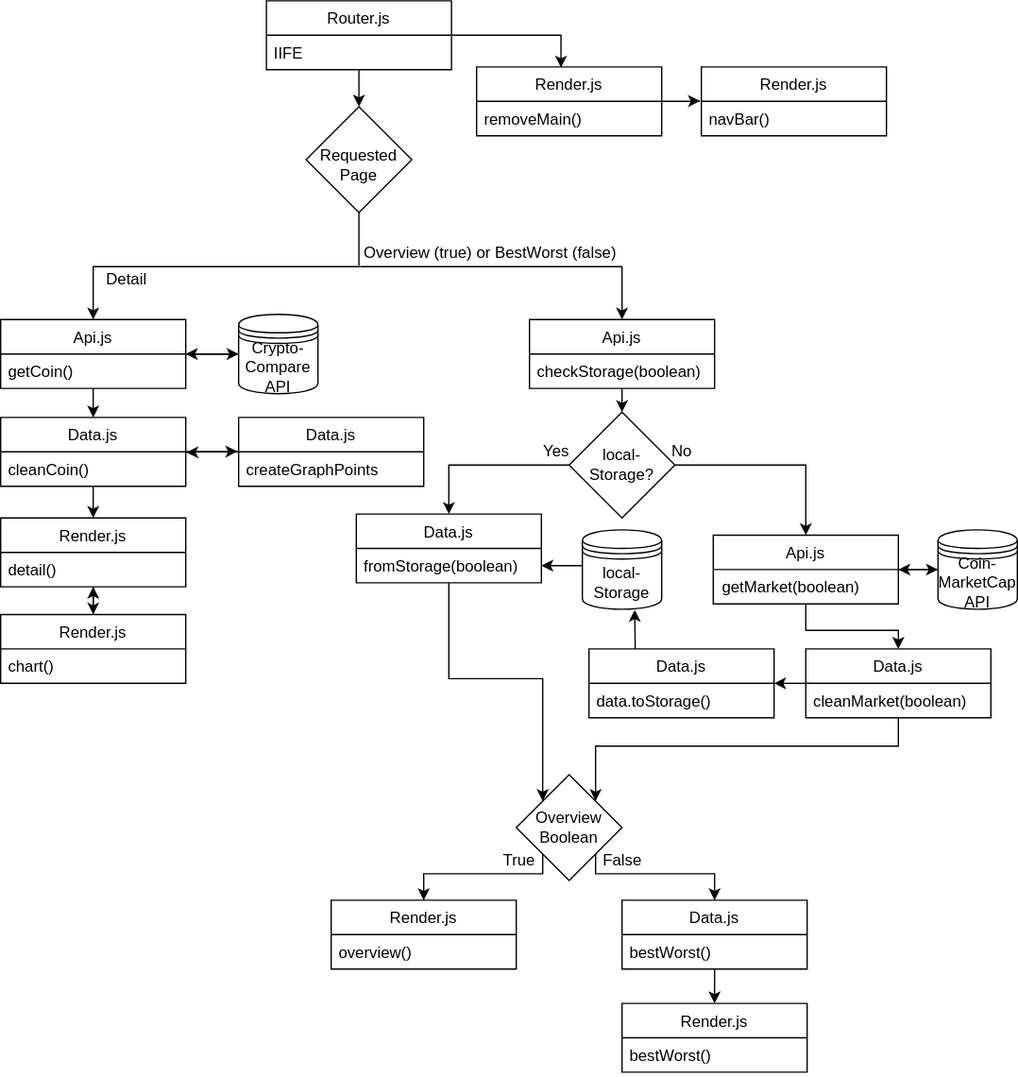
Earlier version of the draw.io export public/img/Interaction.svg (DanielvandeVelde/web-app-from-scratch-1920). Source tidied: cells renumbered, new cells last; positions are measured from the earlier drawing's top-left corner, leaving out a move shared by most shapes.
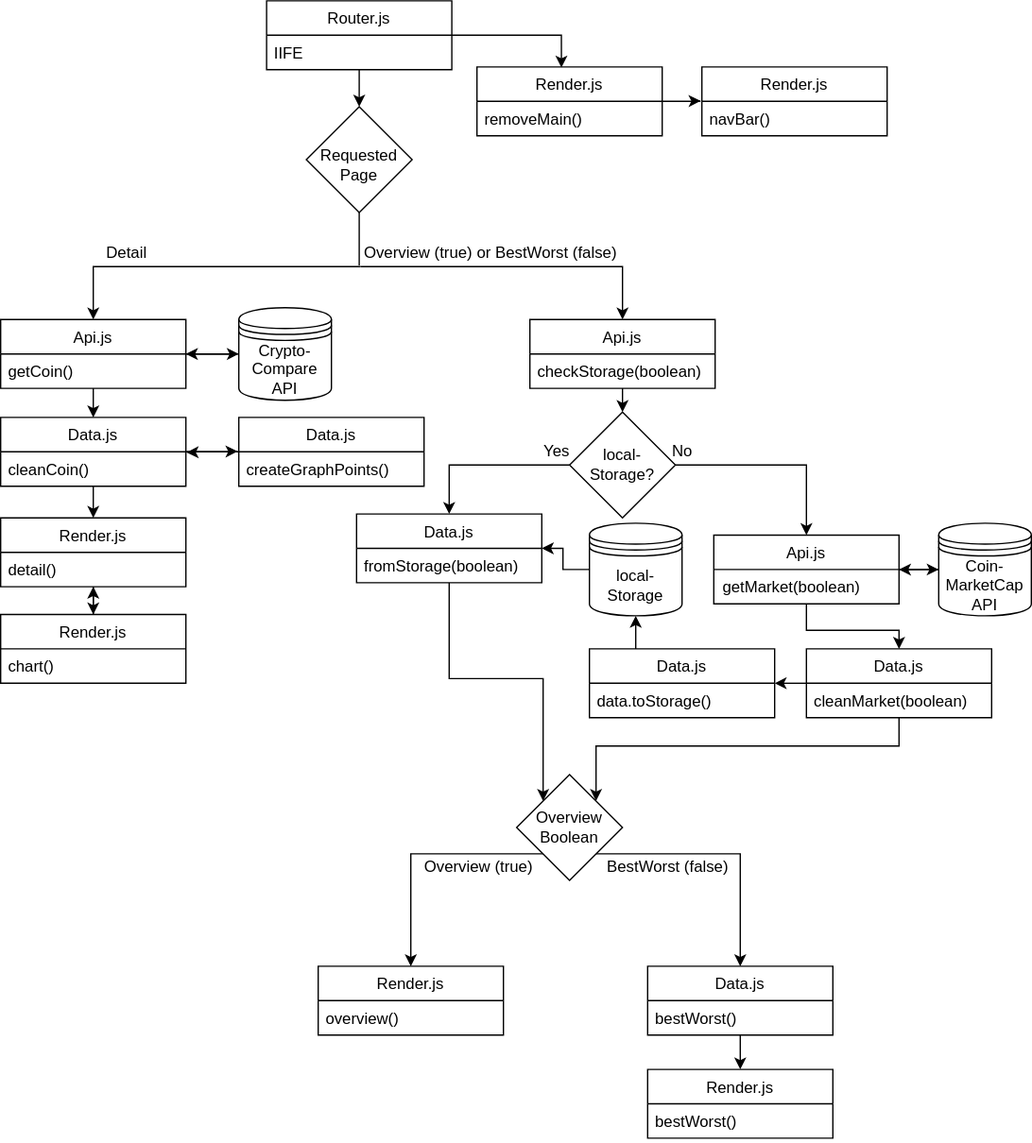
The same file after the commit.

Commit message:
spelling_mistake

The edit, as a diff of the source:
```diff
@@ -44,8 +44,10 @@
     <mxCell id="13" value="checkStorage(boolean)" style="text;strokeColor=none;fillColor=none;align=left;verticalAlign=top;spacingLeft=4;spacingRight=4;overflow=hidden;" parent="12" vertex="1">
       <mxGeometry y="26" width="140" height="26" as="geometry" />
     </mxCell>
-    <mxCell id="14" style="edgeStyle=orthogonalEdgeStyle;rounded=0;jettySize=auto;html=1;exitX=1;exitY=0.5;exitDx=0;exitDy=0;entryX=0;entryY=0.5;entryDx=0;entryDy=0;" parent="1" edge="1" source="16" target="31">
-      <mxGeometry relative="1" as="geometry" />
+    <mxCell id="14" style="edgeStyle=orthogonalEdgeStyle;rounded=0;jettySize=auto;html=1;exitX=1;exitY=0.5;exitDx=0;exitDy=0;entryX=0;entryY=0.5;entryDx=0;entryDy=0;" parent="1" edge="1" source="16">
+      <mxGeometry relative="1" as="geometry">
+        <mxPoint x="180" y="267" as="targetPoint" />
+      </mxGeometry>
     </mxCell>
     <mxCell id="15" style="edgeStyle=orthogonalEdgeStyle;rounded=0;jettySize=auto;html=1;exitX=0.5;exitY=1;exitDx=0;exitDy=0;entryX=0.5;entryY=0;entryDx=0;entryDy=0;" parent="1" edge="1" source="16" target="43">
       <mxGeometry relative="1" as="geometry" />
@@ -62,12 +64,12 @@
     <mxCell id="19" value="local-&lt;br&gt;Storage?" style="rhombus;whiteSpace=wrap;html=1;" parent="1" vertex="1">
       <mxGeometry x="430" y="311" width="80" height="80" as="geometry" />
     </mxCell>
+    <mxCell id="21" style="edgeStyle=orthogonalEdgeStyle;rounded=0;jettySize=auto;html=1;exitX=0.5;exitY=1;exitDx=0;exitDy=0;entryX=0.5;entryY=0;entryDx=0;entryDy=0;" parent="1" edge="1" source="22" target="40">
+      <mxGeometry relative="1" as="geometry" />
+    </mxCell>
     <mxCell id="20" style="edgeStyle=orthogonalEdgeStyle;rounded=0;jettySize=auto;html=1;exitX=1;exitY=0.5;exitDx=0;exitDy=0;entryX=0;entryY=0.5;entryDx=0;entryDy=0;" parent="1" edge="1" source="22" target="34">
       <mxGeometry relative="1" as="geometry" />
     </mxCell>
-    <mxCell id="21" style="edgeStyle=orthogonalEdgeStyle;rounded=0;jettySize=auto;html=1;exitX=0.5;exitY=1;exitDx=0;exitDy=0;entryX=0.5;entryY=0;entryDx=0;entryDy=0;" parent="1" edge="1" source="22" target="40">
-      <mxGeometry relative="1" as="geometry" />
-    </mxCell>
     <mxCell id="22" value="Api.js" style="swimlane;fontStyle=0;horizontal=1;startSize=26;fillColor=none;" parent="1" vertex="1">
       <mxGeometry x="539" y="404" width="140" height="52" as="geometry" />
     </mxCell>
@@ -75,47 +77,35 @@
       <mxGeometry x="201" y="26" width="140" height="26" as="geometry" />
     </mxCell>
     <mxCell id="24" value="Detail" style="text;html=1;align=center;verticalAlign=middle;" parent="1" vertex="1">
-      <mxGeometry x="70" y="201" width="50" height="20" as="geometry" />
+      <mxGeometry x="70" y="181" width="50" height="20" as="geometry" />
     </mxCell>
     <mxCell id="25" value="Overview (true) or BestWorst (false)" style="text;html=1;align=center;verticalAlign=middle;" parent="1" vertex="1">
       <mxGeometry x="265" y="181" width="210" height="20" as="geometry" />
     </mxCell>
-    <mxCell id="26" style="edgeStyle=orthogonalEdgeStyle;rounded=0;jettySize=auto;html=1;exitX=0;exitY=0.3;exitDx=0;exitDy=0;entryX=1;entryY=0.5;entryDx=0;entryDy=0;" parent="1" edge="1" source="27" target="52">
-      <mxGeometry relative="1" as="geometry">
-        <Array as="points">
-          <mxPoint x="440" y="427" />
-        </Array>
-      </mxGeometry>
-    </mxCell>
-    <mxCell id="27" value="local-&lt;br&gt;Storage" style="shape=datastore;whiteSpace=wrap;html=1;" parent="1" vertex="1">
-      <mxGeometry x="440" y="400" width="60" height="60" as="geometry" />
-    </mxCell>
     <mxCell id="28" value="Yes" style="text;html=1;align=center;verticalAlign=middle;" parent="1" vertex="1">
       <mxGeometry x="400" y="331" width="40" height="20" as="geometry" />
     </mxCell>
     <mxCell id="29" value="No" style="text;html=1;align=center;verticalAlign=middle;" parent="1" vertex="1">
       <mxGeometry x="500" y="331" width="30" height="20" as="geometry" />
     </mxCell>
-    <mxCell id="30" style="edgeStyle=orthogonalEdgeStyle;rounded=0;jettySize=auto;html=1;exitX=0;exitY=0.5;exitDx=0;exitDy=0;" parent="1" edge="1" source="31">
+    <mxCell id="30" style="edgeStyle=orthogonalEdgeStyle;rounded=0;orthogonalLoop=1;jettySize=auto;html=1;exitX=0;exitY=0.5;exitDx=0;exitDy=0;" parent="1" edge="1">
       <mxGeometry relative="1" as="geometry">
+        <mxPoint x="180" y="267" as="sourcePoint" />
         <mxPoint x="140" y="267" as="targetPoint" />
       </mxGeometry>
     </mxCell>
-    <mxCell id="31" value="Crypto-&lt;br&gt;Compare&lt;br&gt;API" style="shape=datastore;whiteSpace=wrap;html=1;" parent="1" vertex="1">
-      <mxGeometry x="180" y="237" width="60" height="60" as="geometry" />
-    </mxCell>
     <mxCell id="32" style="endArrow=none;html=1;exitX=0.5;exitY=1;exitDx=0;exitDy=0;" parent="1" edge="1" source="7">
       <mxGeometry relative="1" as="geometry">
         <mxPoint x="271" y="200" as="targetPoint" />
       </mxGeometry>
     </mxCell>
-    <mxCell id="33" style="edgeStyle=orthogonalEdgeStyle;rounded=0;jettySize=auto;html=1;exitX=0;exitY=0.5;exitDx=0;exitDy=0;" parent="1" edge="1" source="34">
-      <mxGeometry relative="1" as="geometry">
-        <mxPoint x="679" y="430" as="targetPoint" />
-      </mxGeometry>
-    </mxCell>
+    <mxCell id="74" style="edgeStyle=orthogonalEdgeStyle;rounded=0;jettySize=auto;html=1;exitX=0;exitY=0.5;exitDx=0;exitDy=0;" parent="1" edge="1" source="34">
+      <mxGeometry relative="1" as="geometry">
+        <mxPoint x="679" y="430" as="targetPoint" />
+      </mxGeometry>
+    </mxCell>
     <mxCell id="34" value="Coin-&lt;br&gt;MarketCap&lt;br&gt;API" style="shape=datastore;whiteSpace=wrap;html=1;" parent="1" vertex="1">
-      <mxGeometry x="709" y="400" width="60" height="60" as="geometry" />
+      <mxGeometry x="709" y="395" width="70" height="70" as="geometry" />
     </mxCell>
     <mxCell id="35" value="getMarket(boolean)" style="text;strokeColor=none;fillColor=none;align=left;verticalAlign=top;spacingLeft=4;spacingRight=4;overflow=hidden;" parent="1" vertex="1">
       <mxGeometry x="540" y="430" width="140" height="26" as="geometry" />
@@ -147,7 +137,7 @@
     <mxCell id="44" value="getCoin()" style="text;strokeColor=none;fillColor=none;align=left;verticalAlign=top;spacingLeft=4;spacingRight=4;overflow=hidden;" parent="1" vertex="1">
       <mxGeometry y="267" width="140" height="26" as="geometry" />
     </mxCell>
-    <mxCell id="45" style="edgeStyle=orthogonalEdgeStyle;rounded=0;jettySize=auto;html=1;exitX=0.25;exitY=0;exitDx=0;exitDy=0;entryX=0.659;entryY=1.008;entryDx=0;entryDy=0;entryPerimeter=0;" parent="1" edge="1" source="46" target="27">
+    <mxCell id="45" style="edgeStyle=orthogonalEdgeStyle;rounded=0;jettySize=auto;html=1;exitX=0.25;exitY=0;exitDx=0;exitDy=0;" parent="1" edge="1" source="46" target="27">
       <mxGeometry relative="1" as="geometry" />
     </mxCell>
     <mxCell id="46" value="Data.js" style="swimlane;fontStyle=0;horizontal=1;startSize=26;fillColor=none;" parent="1" vertex="1">
@@ -156,22 +146,12 @@
     <mxCell id="47" value="data.toStorage()" style="text;strokeColor=none;fillColor=none;align=left;verticalAlign=top;spacingLeft=4;spacingRight=4;overflow=hidden;" parent="46" vertex="1">
       <mxGeometry y="26" width="140" height="26" as="geometry" />
     </mxCell>
+    <mxCell id="49" style="edgeStyle=orthogonalEdgeStyle;rounded=0;jettySize=auto;html=1;exitX=0;exitY=1;exitDx=0;exitDy=0;entryX=0.5;entryY=0;entryDx=0;entryDy=0;" parent="1" edge="1" source="50" target="56">
+      <mxGeometry relative="1" as="geometry" />
+    </mxCell>
     <mxCell id="48" style="edgeStyle=orthogonalEdgeStyle;rounded=0;jettySize=auto;html=1;exitX=1;exitY=1;exitDx=0;exitDy=0;entryX=0.5;entryY=0;entryDx=0;entryDy=0;" parent="1" edge="1" source="50" target="54">
-      <mxGeometry relative="1" as="geometry">
-        <Array as="points">
-          <mxPoint x="450" y="660" />
-          <mxPoint x="540" y="660" />
-        </Array>
-      </mxGeometry>
+      <mxGeometry relative="1" as="geometry" />
     </mxCell>
-    <mxCell id="49" style="edgeStyle=orthogonalEdgeStyle;rounded=0;jettySize=auto;html=1;exitX=0;exitY=1;exitDx=0;exitDy=0;entryX=0.5;entryY=0;entryDx=0;entryDy=0;" parent="1" edge="1" source="50" target="56">
-      <mxGeometry relative="1" as="geometry">
-        <Array as="points">
-          <mxPoint x="410" y="660" />
-          <mxPoint x="320" y="660" />
-        </Array>
-      </mxGeometry>
-    </mxCell>
     <mxCell id="50" value="Overview&lt;br&gt;Boolean" style="rhombus;whiteSpace=wrap;html=1;" parent="1" vertex="1">
       <mxGeometry x="390" y="585" width="80" height="80" as="geometry" />
     </mxCell>
@@ -185,28 +165,28 @@
       <mxGeometry relative="1" as="geometry" />
     </mxCell>
     <mxCell id="54" value="Data.js" style="swimlane;fontStyle=0;horizontal=1;startSize=26;fillColor=none;" parent="1" vertex="1">
-      <mxGeometry x="470" y="680" width="140" height="52" as="geometry" />
+      <mxGeometry x="489" y="730" width="140" height="52" as="geometry" />
     </mxCell>
     <mxCell id="55" value="bestWorst()" style="text;strokeColor=none;fillColor=none;align=left;verticalAlign=top;spacingLeft=4;spacingRight=4;overflow=hidden;" parent="54" vertex="1">
       <mxGeometry y="26" width="140" height="26" as="geometry" />
     </mxCell>
     <mxCell id="56" value="Render.js" style="swimlane;fontStyle=0;horizontal=1;startSize=26;fillColor=none;" parent="1" vertex="1">
-      <mxGeometry x="250" y="680" width="140" height="52" as="geometry" />
+      <mxGeometry x="240" y="730" width="140" height="52" as="geometry" />
     </mxCell>
     <mxCell id="57" value="overview()" style="text;strokeColor=none;fillColor=none;align=left;verticalAlign=top;spacingLeft=4;spacingRight=4;overflow=hidden;" parent="56" vertex="1">
       <mxGeometry y="26" width="140" height="26" as="geometry" />
     </mxCell>
     <mxCell id="58" value="Render.js" style="swimlane;fontStyle=0;horizontal=1;startSize=26;fillColor=none;" parent="1" vertex="1">
-      <mxGeometry x="470" y="758" width="140" height="52" as="geometry" />
+      <mxGeometry x="489" y="808" width="140" height="52" as="geometry" />
     </mxCell>
     <mxCell id="59" value="bestWorst()" style="text;strokeColor=none;fillColor=none;align=left;verticalAlign=top;spacingLeft=4;spacingRight=4;overflow=hidden;" parent="58" vertex="1">
       <mxGeometry y="26" width="140" height="26" as="geometry" />
     </mxCell>
-    <mxCell id="60" value="True" style="text;html=1;align=center;verticalAlign=middle;" parent="1" vertex="1">
-      <mxGeometry x="372" y="640" width="40" height="20" as="geometry" />
+    <mxCell id="60" value="Overview (true)" style="text;html=1;align=center;verticalAlign=middle;" parent="1" vertex="1">
+      <mxGeometry x="311" y="645" width="100" height="20" as="geometry" />
     </mxCell>
-    <mxCell id="61" value="False" style="text;html=1;align=center;verticalAlign=middle;" parent="1" vertex="1">
-      <mxGeometry x="450" y="640" width="40" height="20" as="geometry" />
+    <mxCell id="61" value="BestWorst (false)" style="text;html=1;align=center;verticalAlign=middle;" parent="1" vertex="1">
+      <mxGeometry x="449" y="645" width="110" height="20" as="geometry" />
     </mxCell>
     <mxCell id="62" style="edgeStyle=orthogonalEdgeStyle;rounded=0;jettySize=auto;html=1;exitX=0;exitY=0.5;exitDx=0;exitDy=0;entryX=1.004;entryY=0.019;entryDx=0;entryDy=0;entryPerimeter=0;" parent="1" edge="1" source="63" target="67">
       <mxGeometry relative="1" as="geometry" />
@@ -214,7 +194,7 @@
     <mxCell id="63" value="Data.js" style="swimlane;fontStyle=0;horizontal=1;startSize=26;fillColor=none;" parent="1" vertex="1">
       <mxGeometry x="180" y="315" width="140" height="52" as="geometry" />
     </mxCell>
-    <mxCell id="64" value="createGraphPoints" style="text;strokeColor=none;fillColor=none;align=left;verticalAlign=top;spacingLeft=4;spacingRight=4;overflow=hidden;points=[[0,0.5],[1,0.5]];portConstraint=eastwest;" parent="63" vertex="1">
+    <mxCell id="64" value="createGraphPoints()" style="text;strokeColor=none;fillColor=none;align=left;verticalAlign=top;spacingLeft=4;spacingRight=4;overflow=hidden;points=[[0,0.5],[1,0.5]];portConstraint=eastwest;" parent="63" vertex="1">
       <mxGeometry y="26" width="140" height="26" as="geometry" />
     </mxCell>
     <mxCell id="65" style="edgeStyle=orthogonalEdgeStyle;rounded=0;jettySize=auto;html=1;exitX=0.5;exitY=1;exitDx=0;exitDy=0;entryX=0.5;entryY=0;entryDx=0;entryDy=0;" parent="1" edge="1" source="66" target="71">
@@ -244,5 +224,14 @@
     <mxCell id="73" value="detail()" style="text;strokeColor=none;fillColor=none;align=left;verticalAlign=top;spacingLeft=4;spacingRight=4;overflow=hidden;" parent="1" vertex="1">
       <mxGeometry y="417" width="140" height="26" as="geometry" />
     </mxCell>
+    <mxCell id="75" style="edgeStyle=orthogonalEdgeStyle;rounded=0;jettySize=auto;html=1;exitX=0;exitY=0.5;exitDx=0;exitDy=0;" parent="1" edge="1" source="27" target="37">
+      <mxGeometry relative="1" as="geometry" />
+    </mxCell>
+    <mxCell id="27" value="local-&lt;br&gt;Storage" style="shape=datastore;whiteSpace=wrap;html=1;" parent="1" vertex="1">
+      <mxGeometry x="445" y="395" width="70" height="70" as="geometry" />
+    </mxCell>
+    <mxCell id="31" value="Crypto-&lt;br&gt;Compare&lt;br&gt;API" style="shape=datastore;whiteSpace=wrap;html=1;" parent="1" vertex="1">
+      <mxGeometry x="180" y="232" width="70" height="70" as="geometry" />
+    </mxCell>
   </root>
 </mxGraphModel>
```
